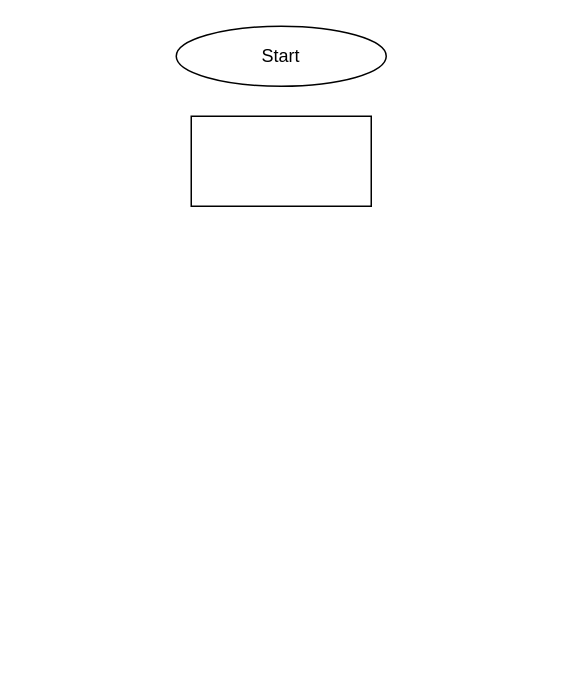
KuchumovaAnna/Verification_work keeps this draw.io diagram as algoritm.dio. Above is the earlier version. Source tidied: cells renumbered, new cells numbered last; positions are measured from the earlier drawing's top-left corner, leaving out a move shared by most shapes. Both pictures are drawn from the tidied source at 150%, with x=0, y=0 at pixel (176, 26).
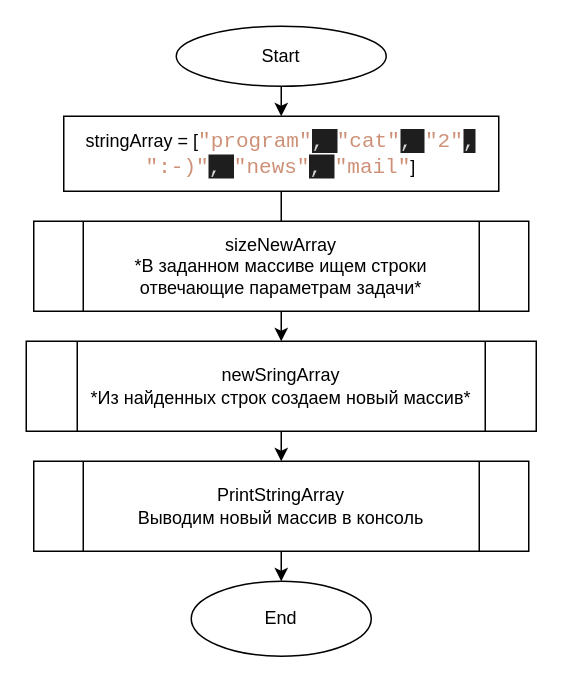
The same page after the edit.

What changed in the source:
```diff
@@
 <mxGraphModel>
   <root>
     <mxCell id="0" />
     <mxCell id="1" parent="0" />
+    <mxCell id="4" style="edgeStyle=none;html=1;" parent="1" edge="1" source="2" target="3">
+      <mxGeometry relative="1" as="geometry" />
+    </mxCell>
     <mxCell id="2" value="Start" style="ellipse;whiteSpace=wrap;html=1;" parent="1" vertex="1">
       <mxGeometry width="140" height="40" as="geometry" />
     </mxCell>
+    <mxCell id="5" style="edgeStyle=none;html=1;" parent="1" edge="1" source="3" target="8">
+      <mxGeometry relative="1" as="geometry" />
+    </mxCell>
-    <mxCell id="3" style="rounded=0;whiteSpace=wrap;html=1;" parent="1" vertex="1">
-      <mxGeometry x="10" y="60" width="120" height="60" as="geometry" />
+    <mxCell id="3" value="stringArray = [&lt;span style=&quot;font-family: &amp;#34;consolas&amp;#34; , &amp;#34;courier new&amp;#34; , monospace ; font-size: 14px ; color: rgb(206 , 145 , 120)&quot;&gt;&quot;program&quot;&lt;/span&gt;&lt;span style=&quot;background-color: rgb(30 , 30 , 30) ; color: rgb(212 , 212 , 212) ; font-family: &amp;#34;consolas&amp;#34; , &amp;#34;courier new&amp;#34; , monospace ; font-size: 14px&quot;&gt;, &lt;/span&gt;&lt;span style=&quot;font-family: &amp;#34;consolas&amp;#34; , &amp;#34;courier new&amp;#34; , monospace ; font-size: 14px ; color: rgb(206 , 145 , 120)&quot;&gt;&quot;cat&quot;&lt;/span&gt;&lt;span style=&quot;background-color: rgb(30 , 30 , 30) ; color: rgb(212 , 212 , 212) ; font-family: &amp;#34;consolas&amp;#34; , &amp;#34;courier new&amp;#34; , monospace ; font-size: 14px&quot;&gt;, &lt;/span&gt;&lt;span style=&quot;font-family: &amp;#34;consolas&amp;#34; , &amp;#34;courier new&amp;#34; , monospace ; font-size: 14px ; color: rgb(206 , 145 , 120)&quot;&gt;&quot;2&quot;&lt;/span&gt;&lt;span style=&quot;background-color: rgb(30 , 30 , 30) ; color: rgb(212 , 212 , 212) ; font-family: &amp;#34;consolas&amp;#34; , &amp;#34;courier new&amp;#34; , monospace ; font-size: 14px&quot;&gt;, &lt;/span&gt;&lt;span style=&quot;font-family: &amp;#34;consolas&amp;#34; , &amp;#34;courier new&amp;#34; , monospace ; font-size: 14px ; color: rgb(206 , 145 , 120)&quot;&gt;&quot;:-)&quot;&lt;/span&gt;&lt;span style=&quot;background-color: rgb(30 , 30 , 30) ; color: rgb(212 , 212 , 212) ; font-family: &amp;#34;consolas&amp;#34; , &amp;#34;courier new&amp;#34; , monospace ; font-size: 14px&quot;&gt;, &lt;/span&gt;&lt;span style=&quot;font-family: &amp;#34;consolas&amp;#34; , &amp;#34;courier new&amp;#34; , monospace ; font-size: 14px ; color: rgb(206 , 145 , 120)&quot;&gt;&quot;news&quot;&lt;/span&gt;&lt;span style=&quot;background-color: rgb(30 , 30 , 30) ; color: rgb(212 , 212 , 212) ; font-family: &amp;#34;consolas&amp;#34; , &amp;#34;courier new&amp;#34; , monospace ; font-size: 14px&quot;&gt;, &lt;/span&gt;&lt;span style=&quot;font-family: &amp;#34;consolas&amp;#34; , &amp;#34;courier new&amp;#34; , monospace ; font-size: 14px ; color: rgb(206 , 145 , 120)&quot;&gt;&quot;mail&quot;&lt;/span&gt;&lt;span&gt;]&lt;/span&gt;" style="rounded=0;whiteSpace=wrap;html=1;" parent="1" vertex="1">
+      <mxGeometry x="-75" y="60" width="290" height="50" as="geometry" />
     </mxCell>
+    <mxCell id="6" value="sizeNewArray&lt;br&gt;*В заданном массиве ищем строки отвечающие параметрам задачи*" style="shape=process;whiteSpace=wrap;html=1;backgroundOutline=1;" parent="1" vertex="1">
+      <mxGeometry x="-95" y="130" width="330" height="60" as="geometry" />
+    </mxCell>
+    <mxCell id="7" style="edgeStyle=none;html=1;" parent="1" edge="1" source="8" target="10">
+      <mxGeometry relative="1" as="geometry" />
+    </mxCell>
+    <mxCell id="8" value="newSringArray&lt;br&gt;*Из найденных строк создаем новый массив*" style="shape=process;whiteSpace=wrap;html=1;backgroundOutline=1;" parent="1" vertex="1">
+      <mxGeometry x="-100" y="210" width="340" height="60" as="geometry" />
+    </mxCell>
+    <mxCell id="9" style="edgeStyle=none;html=1;" parent="1" edge="1" source="10" target="11">
+      <mxGeometry relative="1" as="geometry" />
+    </mxCell>
+    <mxCell id="10" value="PrintStringArray&lt;br&gt;Выводим новый массив в консоль" style="shape=process;whiteSpace=wrap;html=1;backgroundOutline=1;" parent="1" vertex="1">
+      <mxGeometry x="-95" y="290" width="330" height="60" as="geometry" />
+    </mxCell>
+    <mxCell id="11" value="End" style="ellipse;whiteSpace=wrap;html=1;" parent="1" vertex="1">
+      <mxGeometry x="10" y="370" width="120" height="50" as="geometry" />
+    </mxCell>
   </root>
 </mxGraphModel>
```
